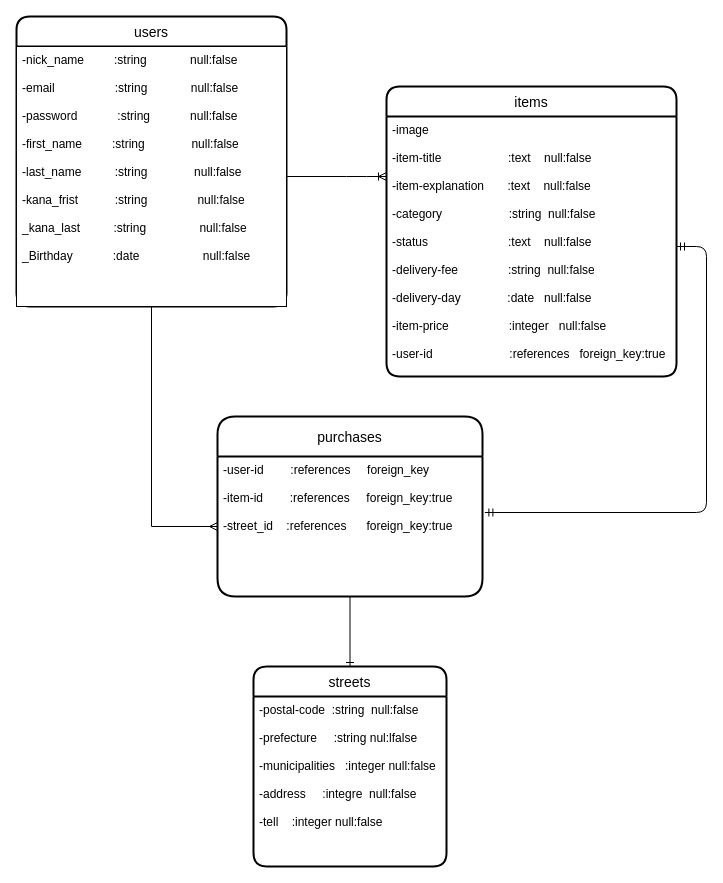
Earlier version of the draw.io diagram furima.dio (bloom-dream36/furima-32088). Source tidied: cells renumbered, new cells numbered last; positions are measured from the earlier drawing's top-left corner, leaving out a move shared by most shapes. Both pictures are drawn from the tidied source at 100%, with x=0, y=0 at pixel (16, 16).
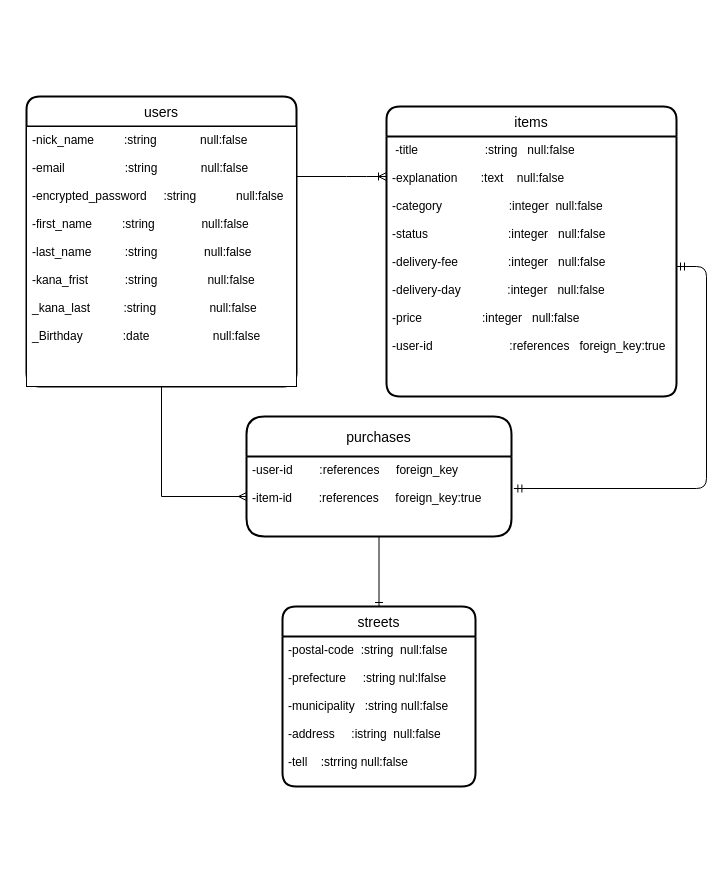
After the change.

Commit message (it also covers changes not shown here):
データベース設計　修正

Change to the diagram source:
```diff
@@
 <mxGraphModel>
   <root>
     <mxCell id="0" />
     <mxCell id="1" parent="0" />
-    <mxCell id="2" value="items" style="swimlane;horizontal=1;startSize=30;rounded=1;fontSize=14;fontStyle=0;strokeWidth=2;shadow=0;dashed=0;align=center;" parent="1" vertex="1">
-      <mxGeometry x="370" y="70" width="290" height="290" as="geometry" />
-    </mxCell>
-    <mxCell id="3" value="-image              &#10;&#10;-item-title                    :text    null:false&#10;&#10;-item-explanation       :text    null:false&#10;&#10;-category                    :string  null:false&#10;&#10;-status                        :text    null:false&#10;&#10;-delivery-fee               :string  null:false&#10;&#10;-delivery-day              :date   null:false&#10;&#10;-item-price                  :integer   null:false&#10;&#10;-user-id                       :references   foreign_key:true&#10;" style="align=left;strokeColor=none;fillColor=none;spacingLeft=4;fontSize=12;verticalAlign=top;" parent="2" vertex="1">
-      <mxGeometry y="30" width="290" height="260" as="geometry" />
-    </mxCell>
     <mxCell id="4" style="edgeStyle=orthogonalEdgeStyle;rounded=0;jettySize=auto;html=1;exitX=0.5;exitY=1;exitDx=0;exitDy=0;entryX=0;entryY=0.5;entryDx=0;entryDy=0;endArrow=ERmany;endFill=0;" parent="1" edge="1" source="7" target="10">
       <mxGeometry relative="1" as="geometry" />
     </mxCell>
     <mxCell id="5" style="edgeStyle=entityRelationEdgeStyle;fontSize=12;html=1;endArrow=ERoneToMany;" parent="1" edge="1">
       <mxGeometry relative="1" as="geometry">
         <mxPoint x="180" y="160" as="sourcePoint" />
         <mxPoint x="370" y="160" as="targetPoint" />
       </mxGeometry>
     </mxCell>
     <mxCell id="6" style="edgeStyle=entityRelationEdgeStyle;fontSize=12;html=1;endArrow=ERmandOne;startArrow=ERmandOne;exitX=1.009;exitY=0.4;exitDx=0;exitDy=0;exitPerimeter=0;" parent="1" edge="1" source="10" target="3">
       <mxGeometry relative="1" as="geometry" />
     </mxCell>
+    <mxCell id="13" style="edgeStyle=orthogonalEdgeStyle;rounded=0;jettySize=auto;html=1;exitX=0.5;exitY=1;exitDx=0;exitDy=0;entryX=0.5;entryY=0;entryDx=0;entryDy=0;endArrow=ERone;endFill=0;" parent="1" edge="1" source="10" target="11">
+      <mxGeometry relative="1" as="geometry" />
+    </mxCell>
     <mxCell id="7" value="users" style="swimlane;horizontal=1;startSize=30;rounded=1;fontSize=14;fontStyle=0;strokeWidth=2;shadow=0;dashed=0;align=center;" parent="1" vertex="1">
-      <mxGeometry width="270" height="290" as="geometry" />
+      <mxGeometry x="10" y="80" width="270" height="290" as="geometry" />
     </mxCell>
-    <mxCell id="8" value="-nick_name         :string             null:false  &#10;&#10;-email                  :string             null:false&#10;&#10;-password            :string            null:false&#10;&#10;-first_name         :string              null:false&#10;&#10;-last_name          :string              null:false&#10;&#10;-kana_frist           :string               null:false&#10;&#10;_kana_last          :string                null:false&#10; &#10;_Birthday            :date                   null:false&#10;&#10;&#10;&#10;&#10;&#10;&#10;" style="align=left;spacingLeft=4;fontSize=12;verticalAlign=top;" parent="7" vertex="1">
+    <mxCell id="8" value="-nick_name         :string             null:false  &#10;&#10;-email                  :string             null:false&#10;&#10;-encrypted_password     :string            null:false&#10;&#10;-first_name         :string              null:false&#10;&#10;-last_name          :string              null:false&#10;&#10;-kana_frist           :string               null:false&#10;&#10;_kana_last          :string                null:false&#10; &#10;_Birthday            :date                   null:false&#10;&#10;&#10;&#10;&#10;&#10;&#10;" style="align=left;spacingLeft=4;fontSize=12;verticalAlign=top;" parent="7" vertex="1">
       <mxGeometry y="30" width="270" height="260" as="geometry" />
     </mxCell>
+    <mxCell id="2" value="items" style="swimlane;horizontal=1;startSize=30;rounded=1;fontSize=14;fontStyle=0;strokeWidth=2;shadow=0;dashed=0;align=center;" parent="1" vertex="1">
+      <mxGeometry x="370" y="90" width="290" height="290" as="geometry" />
+    </mxCell>
+    <mxCell id="3" value=" -title                    :string   null:false&#10;&#10;-explanation       :text    null:false&#10;&#10;-category                    :integer  null:false&#10;&#10;-status                        :integer   null:false&#10;&#10;-delivery-fee               :integer   null:false&#10;&#10;-delivery-day              :integer   null:false&#10;&#10;-price                  :integer   null:false&#10;&#10;-user-id                       :references   foreign_key:true&#10;" style="align=left;strokeColor=none;fillColor=none;spacingLeft=4;fontSize=12;verticalAlign=top;" parent="2" vertex="1">
+      <mxGeometry y="30" width="290" height="260" as="geometry" />
+    </mxCell>
     <mxCell id="9" value="purchases" style="swimlane;horizontal=1;startSize=40;rounded=1;fontSize=14;fontStyle=0;strokeWidth=2;shadow=0;dashed=0;align=center;" parent="1" vertex="1">
-      <mxGeometry x="201" y="400" width="265" height="180" as="geometry" />
+      <mxGeometry x="230" y="400" width="265" height="120" as="geometry" />
     </mxCell>
-    <mxCell id="10" value="-user-id        :references     foreign_key&#10;&#10;-item-id        :references     foreign_key:true&#10;&#10;-street_id    :references      foreign_key:true" style="align=left;strokeColor=none;fillColor=none;spacingLeft=4;fontSize=12;verticalAlign=top;" parent="9" vertex="1">
-      <mxGeometry y="40" width="265" height="140" as="geometry" />
+    <mxCell id="10" value="-user-id        :references     foreign_key&#10;&#10;-item-id        :references     foreign_key:true&#10;&#10;" style="align=left;strokeColor=none;fillColor=none;spacingLeft=4;fontSize=12;verticalAlign=top;" parent="9" vertex="1">
+      <mxGeometry y="40" width="265" height="80" as="geometry" />
     </mxCell>
     <mxCell id="11" value="streets" style="swimlane;horizontal=1;startSize=30;rounded=1;fontSize=14;fontStyle=0;strokeWidth=2;shadow=0;dashed=0;align=center;" parent="1" vertex="1">
-      <mxGeometry x="237" y="650" width="193" height="200" as="geometry" />
+      <mxGeometry x="266" y="590" width="193" height="180" as="geometry" />
     </mxCell>
-    <mxCell id="12" value="-postal-code  :string  null:false&#10;&#10;-prefecture     :string nul:lfalse&#10;&#10;-municipalities   :integer null:false&#10;&#10;-address     :integre  null:false&#10;&#10;-tell    :integer null:false" style="align=left;strokeColor=none;fillColor=none;spacingLeft=4;fontSize=12;verticalAlign=top;" parent="11" vertex="1">
-      <mxGeometry y="30" width="193" height="170" as="geometry" />
+    <mxCell id="12" value="-postal-code  :string  null:false&#10;&#10;-prefecture     :string nul:lfalse&#10;&#10;-municipality   :string null:false&#10;&#10;-address     :istring  null:false&#10;&#10;-tell    :strring null:false" style="align=left;strokeColor=none;fillColor=none;spacingLeft=4;fontSize=12;verticalAlign=top;" parent="11" vertex="1">
+      <mxGeometry y="30" width="193" height="150" as="geometry" />
     </mxCell>
-    <mxCell id="13" style="edgeStyle=orthogonalEdgeStyle;rounded=0;jettySize=auto;html=1;exitX=0.5;exitY=1;exitDx=0;exitDy=0;entryX=0.5;entryY=0;entryDx=0;entryDy=0;endArrow=ERone;endFill=0;" parent="1" edge="1" source="10" target="11">
-      <mxGeometry relative="1" as="geometry" />
-    </mxCell>
   </root>
 </mxGraphModel>
```
